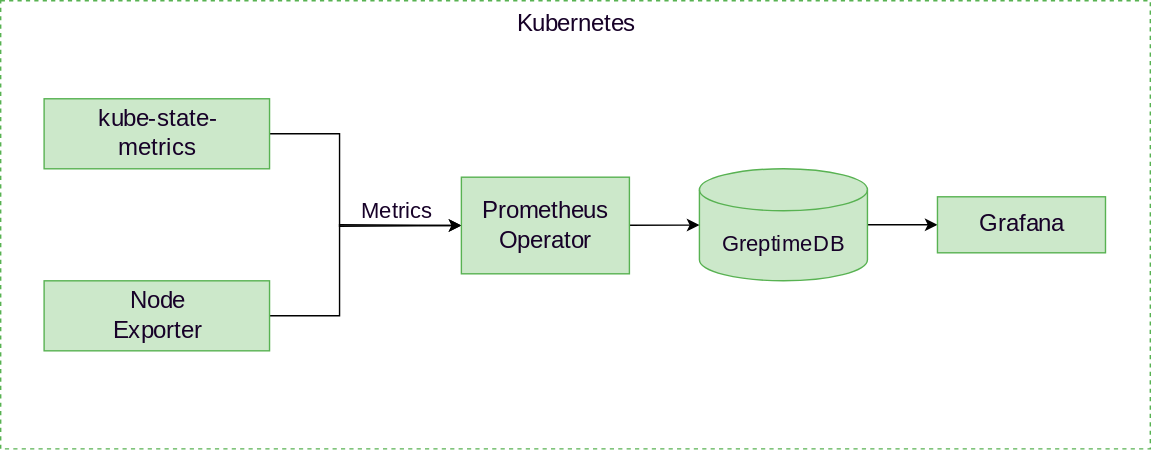
This is static/k8s-metrics-monitor-architecture.drawio.svg from GreptimeTeam/docs, a draw.io export, as it was before one commit. Source tidied: cells renumbered, new cells last; positions are measured from the earlier drawing's top-left corner, leaving out a move shared by most shapes.
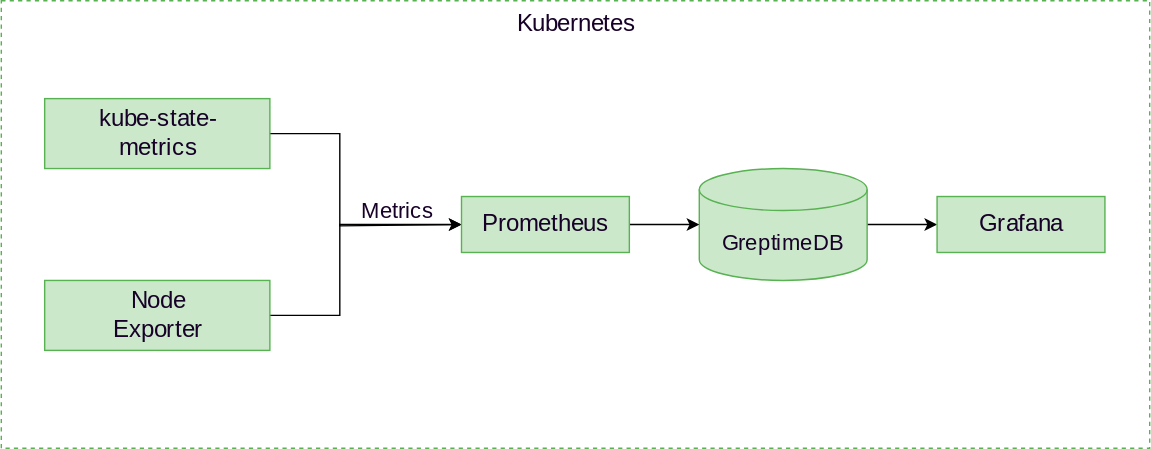
Later version of the same file.

Commit message:
refine sidebar

Change to the diagram source:
```diff
@@ -36,8 +36,8 @@
     <mxCell id="9" style="edgeStyle=none;html=1;" parent="1" edge="1" source="10" target="6">
       <mxGeometry relative="1" as="geometry" />
     </mxCell>
-    <mxCell id="10" value="Prometheus&lt;div&gt;Operator&lt;/div&gt;" style="rounded=0;html=1;fillColor=#58B252;strokeColor=#58B252;fontSize=17;fillOpacity=30;fontColor=#170128;fontFamily=Courier Prime;fontStyle=0;spacing=2;fontSource=https%3A%2F%2Ffonts.googleapis.com%2Fcss%3Ffamily%3DCourier%2BPrime;" parent="1" vertex="1">
-      <mxGeometry x="329" y="126" width="120" height="69" as="geometry" />
+    <mxCell id="10" value="Prometheus" style="rounded=0;html=1;fillColor=#58B252;strokeColor=#58B252;fontSize=17;fillOpacity=30;fontColor=#170128;fontFamily=Courier Prime;fontStyle=0;spacing=2;fontSource=https%3A%2F%2Ffonts.googleapis.com%2Fcss%3Ffamily%3DCourier%2BPrime;" parent="1" vertex="1">
+      <mxGeometry x="329" y="140" width="120" height="40" as="geometry" />
     </mxCell>
     <mxCell id="11" value="Grafana" style="rounded=0;html=1;fillColor=#58B252;strokeColor=#58B252;fontSize=17;fillOpacity=30;fontColor=#170128;fontFamily=Courier Prime;fontStyle=0;spacing=2;fontSource=https%3A%2F%2Ffonts.googleapis.com%2Fcss%3Ffamily%3DCourier%2BPrime;" parent="1" vertex="1">
       <mxGeometry x="669" y="140" width="120" height="40" as="geometry" />
```
